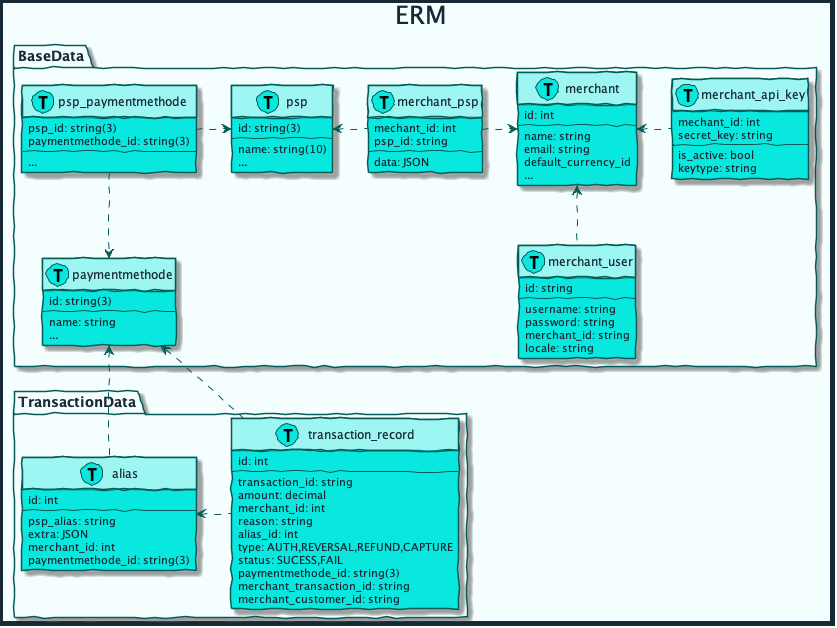
This is diagrams/out/erm.png from mobilabsolutions/stash-sdk-wiki, a PlantUML export, as it was before one commit.
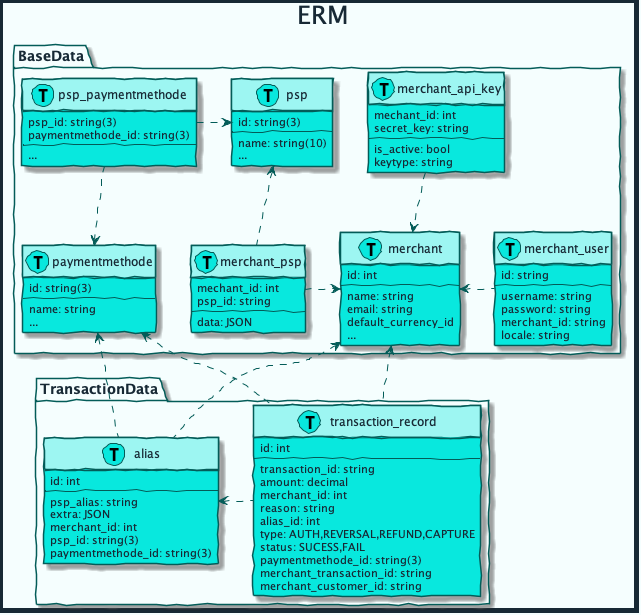
Later version of the same file.

Commit message:
rework layout

Change to the diagram source:
```diff
@@ -102,10 +102,10 @@
         locale: string
     }
 
-    merchant <. merchant_api_key
     merchant_psp .> merchant
-    psp <. merchant_psp
-    merchant <-. merchant_user
+    psp <-. merchant_psp
+    merchant_api_key .-> merchant
+    merchant <. merchant_user
     psp_paymentmethode .-> paymentmethode
     psp_paymentmethode .> psp
 }
@@ -117,6 +117,7 @@
         psp_alias: string
         extra: JSON
         merchant_id: int
+        psp_id: string(3)
         paymentmethode_id: string(3)
     }
 
@@ -139,6 +140,8 @@
 }
 
 paymentmethode <.- alias
+merchant <.- alias
 paymentmethode <.- transaction_record
+merchant <.- transaction_record
 
 @enduml
```
